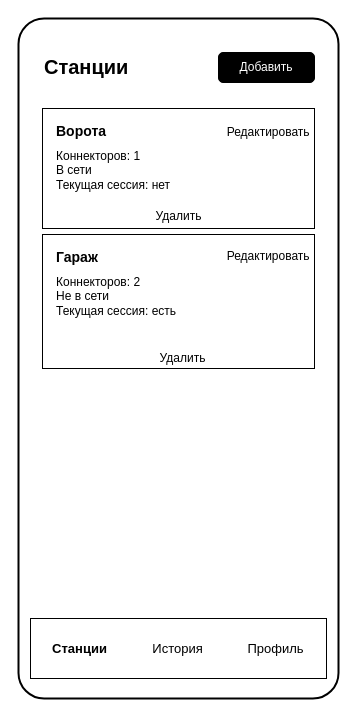
Earlier version of the draw.io diagram Диаграммы/Список станций (2.9).drawio (PetrachkovArtem/diplom). Source tidied: cells renumbered, new cells numbered last; positions are measured from the earlier drawing's top-left corner, leaving out a move shared by most shapes. Both pictures are drawn from the tidied source at 100%, with x=0, y=0 at pixel (18, 18).
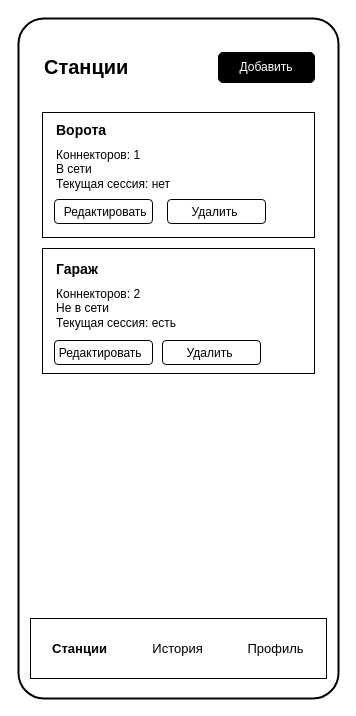
After the change.

Diff of the diagram source:
```diff
@@
     <mxCell id="5" style="rounded=0;whiteSpace=wrap;html=1;fillColor=#ffffff;strokeColor=#000000;" parent="1" vertex="1">
-      <mxGeometry x="24" y="90" width="272" height="120" as="geometry" />
+      <mxGeometry x="24" y="94" width="272" height="125" as="geometry" />
     </mxCell>
     <mxCell id="6" value="Ворота" style="text;html=1;align=left;fontSize=14;fontStyle=1;" parent="1" vertex="1">
-      <mxGeometry x="36" y="98" width="180" height="24" as="geometry" />
+      <mxGeometry x="36" y="97" width="180" height="24" as="geometry" />
     </mxCell>
     <mxCell id="7" value="Коннекторов: 1&#10;В сети&#10;Текущая сессия: нет" style="text;html=1;align=left;fontSize=12;verticalAlign=top;" parent="1" vertex="1">
-      <mxGeometry x="36" y="124" width="180" height="60" as="geometry" />
+      <mxGeometry x="36" y="123" width="180" height="60" as="geometry" />
     </mxCell>
-    <mxCell id="8" value="Удалить" style="text;html=1;align=center;fontSize=12;" parent="1" vertex="1">
-      <mxGeometry x="128" y="184" width="64" height="24" as="geometry" />
-    </mxCell>
     <mxCell id="9" style="rounded=0;whiteSpace=wrap;html=1;fillColor=#ffffff;strokeColor=#000000;" parent="1" vertex="1">
-      <mxGeometry x="24" y="216" width="272" height="134" as="geometry" />
+      <mxGeometry x="24" y="230" width="272" height="125" as="geometry" />
     </mxCell>
     <mxCell id="10" value="Гараж" style="text;html=1;align=left;fontSize=14;fontStyle=1;" parent="1" vertex="1">
-      <mxGeometry x="36" y="224" width="180" height="24" as="geometry" />
+      <mxGeometry x="36" y="236" width="180" height="24" as="geometry" />
     </mxCell>
     <mxCell id="11" value="Коннекторов: 2&#10;Не в сети&#10;Текущая сессия: есть" style="text;html=1;align=left;fontSize=12;verticalAlign=top;" parent="1" vertex="1">
-      <mxGeometry x="36" y="250" width="180" height="60" as="geometry" />
+      <mxGeometry x="36" y="262" width="180" height="60" as="geometry" />
     </mxCell>
-    <mxCell id="12" value="Удалить" style="text;html=1;align=center;fontSize=12;" parent="1" vertex="1">
-      <mxGeometry x="132" y="326" width="64" height="24" as="geometry" />
-    </mxCell>
@@
+    <mxCell id="19" style="rounded=1;whiteSpace=wrap;html=1;roundedPerimeter=1;" parent="1" vertex="1">
+      <mxGeometry x="144" y="322" width="98" height="24" as="geometry" />
+    </mxCell>
@@
-    <mxCell id="17" value="&amp;nbsp;Редактировать" style="text;html=1;align=center;fontSize=12;" parent="1" vertex="1">
-      <mxGeometry x="216" y="224" width="64" height="24" as="geometry" />
-    </mxCell>
-    <mxCell id="18" value="&amp;nbsp;Редактировать" style="text;html=1;align=center;fontSize=12;" parent="1" vertex="1">
-      <mxGeometry x="216" y="100" width="64" height="24" as="geometry" />
-    </mxCell>
+    <mxCell id="20" style="rounded=1;whiteSpace=wrap;html=1;roundedPerimeter=1;" parent="1" vertex="1">
+      <mxGeometry x="36" y="322" width="98" height="24" as="geometry" />
+    </mxCell>
+    <mxCell id="21" value="&amp;nbsp;Редактировать" style="text;html=1;align=center;fontSize=12;" parent="1" vertex="1">
+      <mxGeometry x="48" y="321" width="64" height="24" as="geometry" />
+    </mxCell>
+    <mxCell id="12" value="Удалить" style="text;html=1;align=center;fontSize=12;" parent="1" vertex="1">
+      <mxGeometry x="159" y="321" width="64" height="24" as="geometry" />
+    </mxCell>
+    <mxCell id="22" style="rounded=1;whiteSpace=wrap;html=1;roundedPerimeter=1;" parent="1" vertex="1">
+      <mxGeometry x="149" y="181" width="98" height="24" as="geometry" />
+    </mxCell>
+    <mxCell id="8" value="Удалить" style="text;html=1;align=center;fontSize=12;" parent="1" vertex="1">
+      <mxGeometry x="164" y="180" width="64" height="24" as="geometry" />
+    </mxCell>
+    <mxCell id="23" style="rounded=1;whiteSpace=wrap;html=1;roundedPerimeter=1;" parent="1" vertex="1">
+      <mxGeometry x="36" y="181" width="98" height="24" as="geometry" />
+    </mxCell>
+    <mxCell id="24" value="&amp;nbsp;Редактировать" style="text;html=1;align=center;fontSize=12;" parent="1" vertex="1">
+      <mxGeometry x="53" y="180" width="64" height="24" as="geometry" />
+    </mxCell>
```
